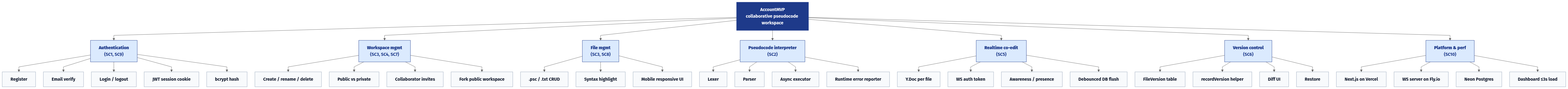
Earlier version of the Mermaid export ia/diagrams/structure_chart.png (NekawaH/accountmvp). Its source is kept beside it as ia/diagrams/structure_chart.mmd. Its diagram source:
```mermaid
%%{init: {'flowchart': {'nodeSpacing': 28, 'rankSpacing': 36, 'curve': 'linear'}, 'theme': 'neutral'}}%%
graph TD
  ROOT["AccountMVP<br/>collaborative pseudocode workspace"]

  ROOT --> AUTH["<b>Authentication</b><br/>(SC1, SC9)"]
  ROOT --> WS["<b>Workspace mgmt</b><br/>(SC3, SC4, SC7)"]
  ROOT --> FILES["<b>File mgmt</b><br/>(SC3, SC8)"]
  ROOT --> INTERP["<b>Pseudocode interpreter</b><br/>(SC2)"]
  ROOT --> RT["<b>Realtime co-edit</b><br/>(SC5)"]
  ROOT --> VC["<b>Version control</b><br/>(SC6)"]
  ROOT --> PLAT["<b>Platform &amp; perf</b><br/>(SC10)"]

  AUTH --> A1[Register]
  AUTH --> A2[Email verify]
  AUTH --> A3[Login / logout]
  AUTH --> A4[JWT session cookie]
  AUTH --> A5[bcrypt hash]

  WS --> W1[Create / rename / delete]
  WS --> W2[Public vs private]
  WS --> W3[Collaborator invites]
  WS --> W4[Fork public workspace]

  FILES --> F1[.psc / .txt CRUD]
  FILES --> F2[Syntax highlight]
  FILES --> F3[Mobile responsive UI]

  INTERP --> I1[Lexer]
  INTERP --> I2[Parser]
  INTERP --> I3[Async executor]
  INTERP --> I4[Runtime error reporter]

  RT --> R1[Y.Doc per file]
  RT --> R2[WS auth token]
  RT --> R3[Awareness / presence]
  RT --> R4[Debounced DB flush]

  VC --> V1[FileVersion table]
  VC --> V2[recordVersion helper]
  VC --> V3[Diff UI]
  VC --> V4[Restore]

  PLAT --> P1[Next.js on Vercel]
  PLAT --> P2[WS server on Fly.io]
  PLAT --> P3[Neon Postgres]
  PLAT --> P4[Dashboard ≤3s load]

  classDef root fill:#1e3a8a,color:#fff,stroke:#1e3a8a,font-weight:bold;
  classDef sub fill:#dbeafe,stroke:#1e3a8a,color:#1e3a8a;
  classDef leaf fill:#f8fafc,stroke:#94a3b8,color:#0f172a;
  class ROOT root;
  class AUTH,WS,FILES,INTERP,RT,VC,PLAT sub;
  class A1,A2,A3,A4,A5,W1,W2,W3,W4,F1,F2,F3,I1,I2,I3,I4,R1,R2,R3,R4,V1,V2,V3,V4,P1,P2,P3,P4 leaf;
```
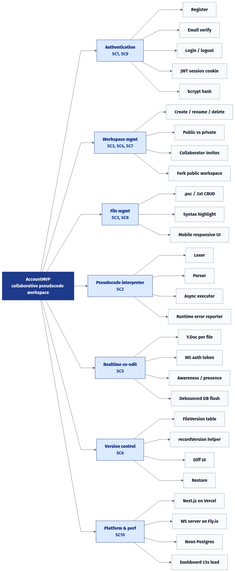
The same file after the commit.

The edit, as a diff of the source:
```diff
@@ -1,14 +1,14 @@
-%%{init: {'flowchart': {'nodeSpacing': 28, 'rankSpacing': 36, 'curve': 'linear'}, 'theme': 'neutral'}}%%
-graph TD
+%%{init: {'flowchart': {'nodeSpacing': 20, 'rankSpacing': 50, 'curve': 'linear', 'htmlLabels': true}, 'theme': 'neutral'}}%%
+graph LR
   ROOT["AccountMVP<br/>collaborative pseudocode workspace"]
 
-  ROOT --> AUTH["<b>Authentication</b><br/>(SC1, SC9)"]
-  ROOT --> WS["<b>Workspace mgmt</b><br/>(SC3, SC4, SC7)"]
-  ROOT --> FILES["<b>File mgmt</b><br/>(SC3, SC8)"]
-  ROOT --> INTERP["<b>Pseudocode interpreter</b><br/>(SC2)"]
-  ROOT --> RT["<b>Realtime co-edit</b><br/>(SC5)"]
-  ROOT --> VC["<b>Version control</b><br/>(SC6)"]
-  ROOT --> PLAT["<b>Platform &amp; perf</b><br/>(SC10)"]
+  ROOT --> AUTH["<b>Authentication</b><br/>SC1, SC9"]
+  ROOT --> WS["<b>Workspace mgmt</b><br/>SC3, SC4, SC7"]
+  ROOT --> FILES["<b>File mgmt</b><br/>SC3, SC8"]
+  ROOT --> INTERP["<b>Pseudocode interpreter</b><br/>SC2"]
+  ROOT --> RT["<b>Realtime co-edit</b><br/>SC5"]
+  ROOT --> VC["<b>Version control</b><br/>SC6"]
+  ROOT --> PLAT["<b>Platform &amp; perf</b><br/>SC10"]
 
   AUTH --> A1[Register]
   AUTH --> A2[Email verify]
@@ -43,7 +43,7 @@
   PLAT --> P1[Next.js on Vercel]
   PLAT --> P2[WS server on Fly.io]
   PLAT --> P3[Neon Postgres]
-  PLAT --> P4[Dashboard ≤3s load]
+  PLAT --> P4["Dashboard ≤3s load"]
 
   classDef root fill:#1e3a8a,color:#fff,stroke:#1e3a8a,font-weight:bold;
   classDef sub fill:#dbeafe,stroke:#1e3a8a,color:#1e3a8a;
```
